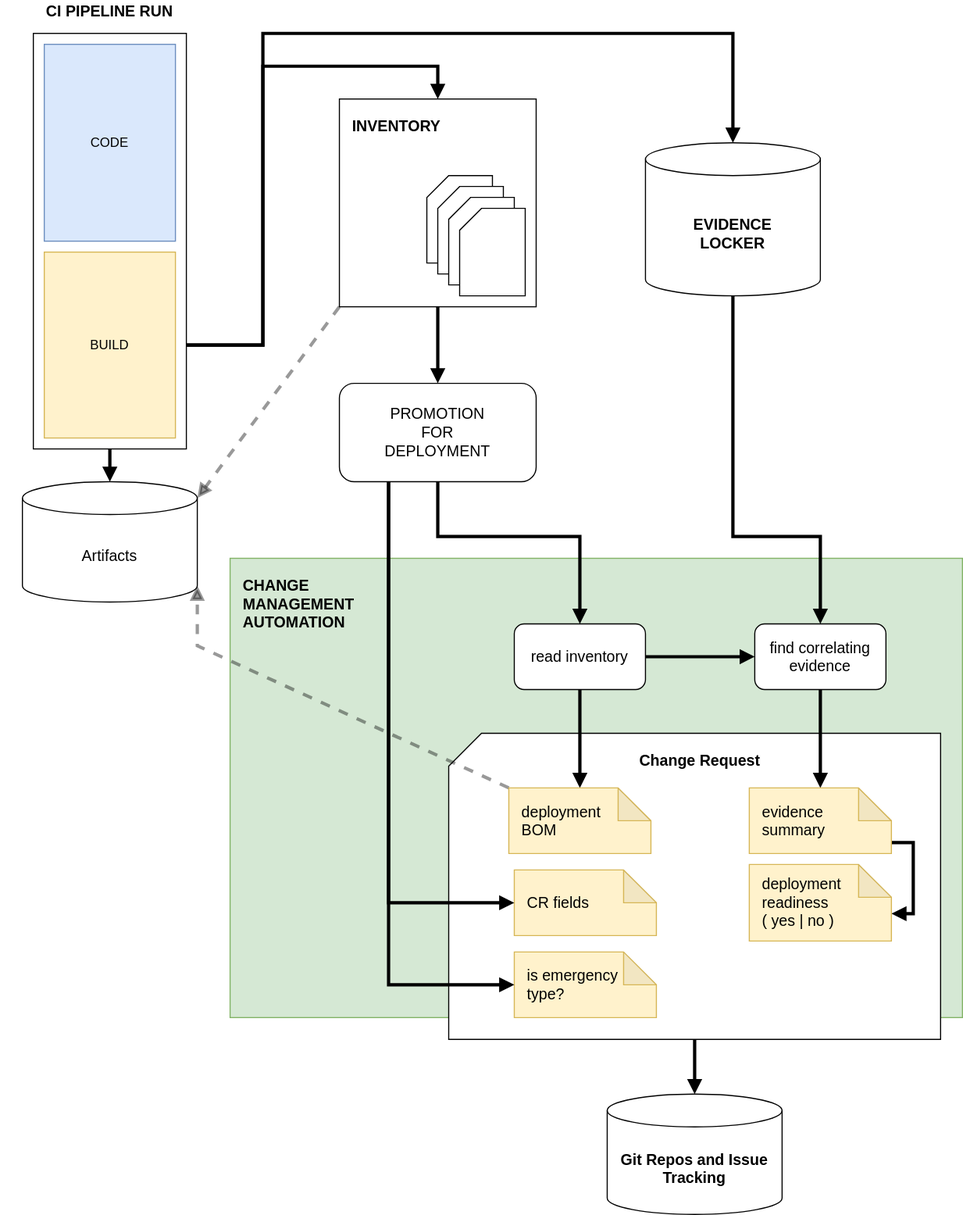
Above: images/data-flow.svg in ibm-cloud-docs/devsecops (draw.io), before the change. Source tidied: cells renumbered, new cells last; positions are measured from the earlier drawing's top-left corner, leaving out a move shared by most shapes.
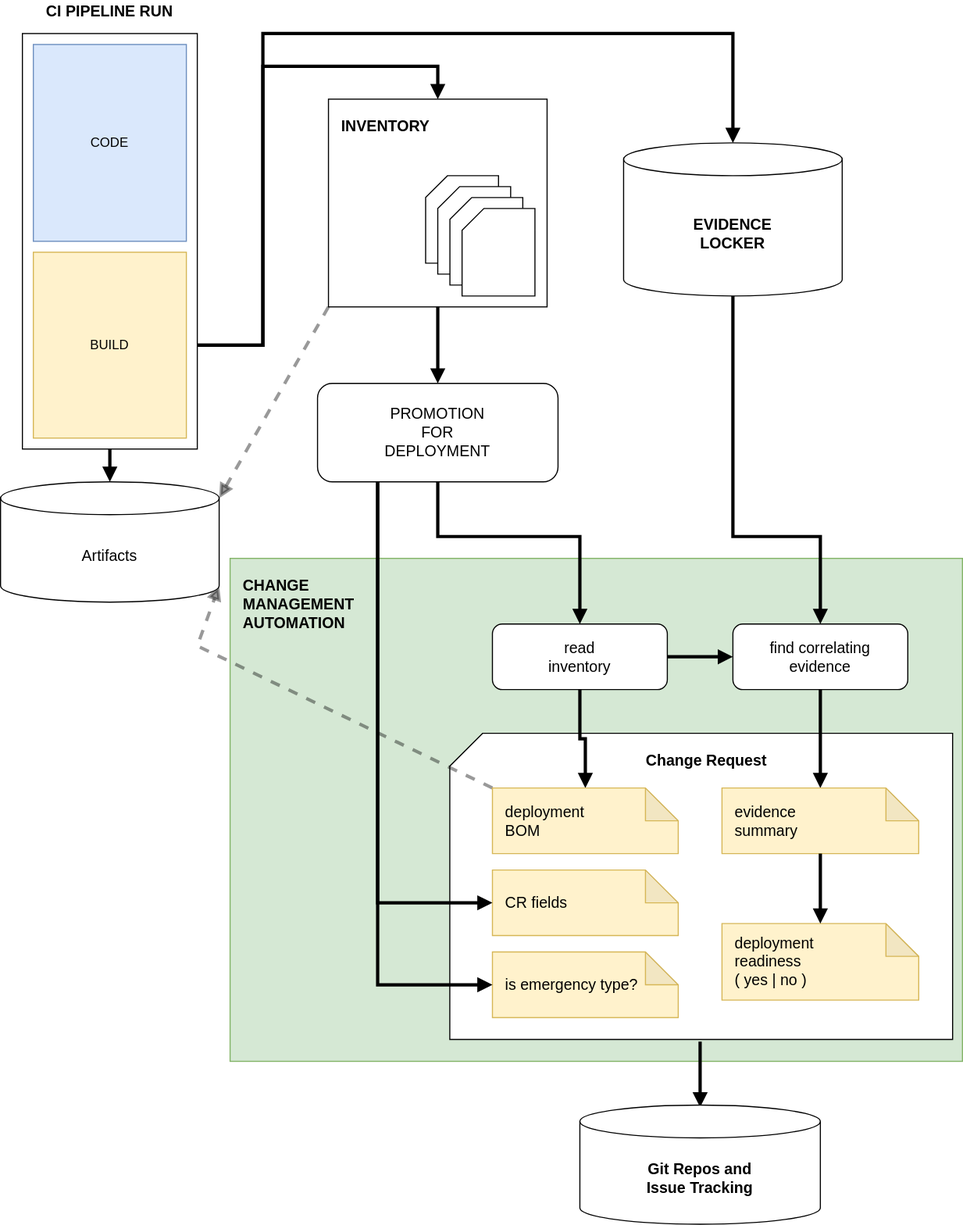
The same diagram one commit later.

Change to the diagram source:
```diff
@@ -3,13 +3,22 @@
     <mxCell id="0" />
     <mxCell id="1" parent="0" />
     <mxCell id="2" value="CHANGE&lt;br&gt;MANAGEMENT&lt;br&gt;AUTOMATION" style="rounded=0;whiteSpace=wrap;html=1;fontSize=14;fontStyle=1;align=left;verticalAlign=top;spacingTop=10;spacingLeft=10;spacingRight=10;spacingBottom=10;fillColor=#d5e8d4;strokeColor=#82b366;" parent="1" vertex="1">
-      <mxGeometry x="210" y="510" width="670" height="420" as="geometry" />
+      <mxGeometry x="210" y="510" width="670" height="460" as="geometry" />
     </mxCell>
-    <mxCell id="3" style="edgeStyle=orthogonalEdgeStyle;rounded=0;jettySize=auto;html=1;exitX=0.5;exitY=1;exitDx=0;exitDy=0;exitPerimeter=0;entryX=0.5;entryY=0;entryDx=0;entryDy=0;entryPerimeter=0;endArrow=block;endFill=1;strokeWidth=3;fontSize=14;" parent="1" edge="1" source="4" target="38">
-      <mxGeometry relative="1" as="geometry" />
+    <mxCell id="3" style="edgeStyle=orthogonalEdgeStyle;rounded=0;orthogonalLoop=1;jettySize=auto;html=1;entryX=0.5;entryY=0;entryDx=0;entryDy=0;entryPerimeter=0;endArrow=block;endFill=1;strokeWidth=3;fontSize=14;" parent="1" edge="1">
+      <mxGeometry relative="1" as="geometry">
+        <mxPoint x="640" y="952" as="sourcePoint" />
+        <mxPoint x="640" y="1012" as="targetPoint" />
+        <Array as="points">
+          <mxPoint x="641" y="992" />
+          <mxPoint x="640" y="992" />
+          <mxPoint x="640" y="1002" />
+          <mxPoint x="635" y="1002" />
+        </Array>
+      </mxGeometry>
     </mxCell>
     <mxCell id="4" value="Change Request" style="shape=card;whiteSpace=wrap;html=1;fontSize=14;align=center;verticalAlign=top;spacingTop=10;spacingLeft=10;fontStyle=1;" parent="1" vertex="1">
-      <mxGeometry x="410" y="670" width="450" height="280" as="geometry" />
+      <mxGeometry x="411" y="670" width="460" height="280" as="geometry" />
     </mxCell>
     <mxCell id="5" style="edgeStyle=orthogonalEdgeStyle;rounded=0;jettySize=auto;html=1;exitX=1;exitY=0.75;exitDx=0;exitDy=0;entryX=0.5;entryY=0;entryDx=0;entryDy=0;entryPerimeter=0;fontSize=14;strokeWidth=3;endArrow=block;endFill=1;" parent="1" edge="1" source="8" target="12">
       <mxGeometry relative="1" as="geometry">
@@ -33,13 +42,13 @@
       <mxGeometry relative="1" as="geometry" />
     </mxCell>
     <mxCell id="8" style="rounded=0;whiteSpace=wrap;html=1;" parent="1" vertex="1">
-      <mxGeometry x="30" y="30" width="140" height="380" as="geometry" />
+      <mxGeometry x="20" y="30" width="160" height="380" as="geometry" />
     </mxCell>
     <mxCell id="9" value="CODE" style="rounded=0;whiteSpace=wrap;html=1;fillColor=#dae8fc;strokeColor=#6c8ebf;" parent="1" vertex="1">
-      <mxGeometry x="40" y="40" width="120" height="180" as="geometry" />
+      <mxGeometry x="30" y="40" width="140" height="180" as="geometry" />
     </mxCell>
     <mxCell id="10" value="BUILD" style="rounded=0;whiteSpace=wrap;html=1;fillColor=#fff2cc;strokeColor=#d6b656;" parent="1" vertex="1">
-      <mxGeometry x="40" y="230" width="120" height="170" as="geometry" />
+      <mxGeometry x="30" y="230" width="140" height="170" as="geometry" />
     </mxCell>
     <mxCell id="11" style="edgeStyle=orthogonalEdgeStyle;rounded=0;jettySize=auto;html=1;exitX=0.5;exitY=1;exitDx=0;exitDy=0;exitPerimeter=0;entryX=0.5;entryY=0;entryDx=0;entryDy=0;fontSize=14;strokeWidth=3;endArrow=block;endFill=1;" parent="1" edge="1" source="12" target="25">
       <mxGeometry relative="1" as="geometry">
@@ -50,25 +59,25 @@
       </mxGeometry>
     </mxCell>
     <mxCell id="12" value="EVIDENCE&lt;br style=&quot;font-size: 14px;&quot;&gt;LOCKER" style="shape=cylinder3;whiteSpace=wrap;html=1;boundedLbl=1;backgroundOutline=1;size=15;fontSize=14;fontStyle=1;" parent="1" vertex="1">
-      <mxGeometry x="590" y="130" width="160" height="140" as="geometry" />
+      <mxGeometry x="570" y="130" width="200" height="140" as="geometry" />
     </mxCell>
     <mxCell id="13" style="group;" parent="1" vertex="1">
-      <mxGeometry x="310" y="90" width="180" height="190" as="geometry" />
+      <mxGeometry x="300" y="90" width="200" height="190" as="geometry" />
     </mxCell>
     <mxCell id="14" value="INVENTORY" style="rounded=0;whiteSpace=wrap;html=1;verticalAlign=top;align=left;spacingTop=10;spacingLeft=10;spacingRight=10;spacingBottom=10;fontStyle=1;fontSize=14;" parent="13" vertex="1">
-      <mxGeometry width="180" height="190" as="geometry" />
+      <mxGeometry width="200" height="190" as="geometry" />
     </mxCell>
     <mxCell id="15" style="shape=card;whiteSpace=wrap;html=1;size=20;" parent="13" vertex="1">
-      <mxGeometry x="80" y="70" width="60" height="80" as="geometry" />
+      <mxGeometry x="88.9" y="70" width="66.7" height="80" as="geometry" />
     </mxCell>
     <mxCell id="16" style="shape=card;whiteSpace=wrap;html=1;size=20;" parent="13" vertex="1">
-      <mxGeometry x="90" y="80" width="60" height="80" as="geometry" />
+      <mxGeometry x="100" y="80" width="66.7" height="80" as="geometry" />
     </mxCell>
     <mxCell id="17" style="shape=card;whiteSpace=wrap;html=1;size=20;" parent="13" vertex="1">
-      <mxGeometry x="100" y="90" width="60" height="80" as="geometry" />
+      <mxGeometry x="111.1" y="90" width="66.7" height="80" as="geometry" />
     </mxCell>
     <mxCell id="18" style="shape=card;whiteSpace=wrap;html=1;size=20;" parent="13" vertex="1">
-      <mxGeometry x="110" y="100" width="60" height="80" as="geometry" />
+      <mxGeometry x="122.2" y="100" width="66.7" height="80" as="geometry" />
     </mxCell>
     <mxCell id="19" value="CI PIPELINE RUN" style="text;html=1;strokeColor=none;fillColor=none;align=center;verticalAlign=middle;whiteSpace=wrap;rounded=0;fontSize=14;fontStyle=1;" parent="1" vertex="1">
       <mxGeometry width="200" height="20" as="geometry" />
@@ -79,8 +88,8 @@
     <mxCell id="21" style="edgeStyle=orthogonalEdgeStyle;rounded=0;jettySize=auto;html=1;exitX=0.5;exitY=1;exitDx=0;exitDy=0;entryX=0.5;entryY=0;entryDx=0;entryDy=0;entryPerimeter=0;endArrow=block;endFill=1;strokeWidth=3;fontSize=14;" parent="1" edge="1" source="22" target="27">
       <mxGeometry relative="1" as="geometry" />
     </mxCell>
-    <mxCell id="22" value="read inventory" style="rounded=1;whiteSpace=wrap;html=1;fontSize=14;align=center;" parent="1" vertex="1">
-      <mxGeometry x="470" y="570" width="120" height="60" as="geometry" />
+    <mxCell id="22" value="read &lt;br&gt;inventory" style="rounded=1;whiteSpace=wrap;html=1;fontSize=14;align=center;" parent="1" vertex="1">
+      <mxGeometry x="450" y="570" width="160" height="60" as="geometry" />
     </mxCell>
     <mxCell id="23" style="edgeStyle=orthogonalEdgeStyle;rounded=0;jettySize=auto;html=1;exitX=0.5;exitY=1;exitDx=0;exitDy=0;entryX=0.5;entryY=0;entryDx=0;entryDy=0;fontSize=14;strokeWidth=3;endArrow=block;endFill=1;" parent="1" edge="1" source="37" target="22">
       <mxGeometry relative="1" as="geometry">
@@ -93,8 +102,8 @@
     <mxCell id="24" style="edgeStyle=orthogonalEdgeStyle;rounded=0;jettySize=auto;html=1;exitX=0.5;exitY=1;exitDx=0;exitDy=0;entryX=0.5;entryY=0;entryDx=0;entryDy=0;entryPerimeter=0;endArrow=block;endFill=1;strokeWidth=3;fontSize=14;" parent="1" edge="1" source="25" target="29">
       <mxGeometry relative="1" as="geometry" />
     </mxCell>
-    <mxCell id="25" value="find correlating evidence" style="rounded=1;whiteSpace=wrap;html=1;fontSize=14;align=center;" parent="1" vertex="1">
-      <mxGeometry x="690" y="570" width="120" height="60" as="geometry" />
+    <mxCell id="25" value="find correlating &lt;br&gt;evidence" style="rounded=1;whiteSpace=wrap;html=1;fontSize=14;align=center;" parent="1" vertex="1">
+      <mxGeometry x="670" y="570" width="160" height="60" as="geometry" />
     </mxCell>
     <mxCell id="26" style="edgeStyle=none;rounded=0;jettySize=auto;html=1;exitX=0;exitY=0;exitDx=0;exitDy=0;exitPerimeter=0;entryX=1;entryY=1;entryDx=0;entryDy=-15;entryPerimeter=0;dashed=1;endArrow=block;endFill=1;strokeWidth=3;fontSize=14;opacity=40;" parent="1" edge="1" source="27" target="30">
       <mxGeometry relative="1" as="geometry">
@@ -104,28 +113,25 @@
       </mxGeometry>
     </mxCell>
     <mxCell id="27" value="deployment&lt;br&gt;BOM" style="shape=note;whiteSpace=wrap;html=1;backgroundOutline=1;darkOpacity=0.05;fontSize=14;align=left;spacingLeft=10;fillColor=#fff2cc;strokeColor=#d6b656;" parent="1" vertex="1">
-      <mxGeometry x="465" y="720" width="130" height="60" as="geometry" />
+      <mxGeometry x="450" y="720" width="170" height="60" as="geometry" />
     </mxCell>
-    <mxCell id="28" style="edgeStyle=orthogonalEdgeStyle;rounded=0;jettySize=auto;html=1;exitX=0;exitY=0;exitDx=130;exitDy=50;exitPerimeter=0;entryX=0;entryY=0;entryDx=130;entryDy=45;entryPerimeter=0;endArrow=block;endFill=1;strokeWidth=3;fontSize=14;" parent="1" edge="1" source="29" target="31">
-      <mxGeometry relative="1" as="geometry" />
-    </mxCell>
     <mxCell id="29" value="evidence&lt;br&gt;summary" style="shape=note;whiteSpace=wrap;html=1;backgroundOutline=1;darkOpacity=0.05;fontSize=14;align=left;spacingLeft=10;fillColor=#fff2cc;strokeColor=#d6b656;" parent="1" vertex="1">
-      <mxGeometry x="685" y="720" width="130" height="60" as="geometry" />
+      <mxGeometry x="660" y="720" width="180" height="60" as="geometry" />
     </mxCell>
     <mxCell id="30" value="Artifacts" style="shape=cylinder3;whiteSpace=wrap;html=1;boundedLbl=1;backgroundOutline=1;size=15;fontSize=14;align=center;" parent="1" vertex="1">
-      <mxGeometry x="20" y="440" width="160" height="110" as="geometry" />
+      <mxGeometry y="440" width="200" height="110" as="geometry" />
     </mxCell>
     <mxCell id="31" value="deployment&lt;br&gt;readiness &lt;br&gt;( yes | no )" style="shape=note;whiteSpace=wrap;html=1;backgroundOutline=1;darkOpacity=0.05;fontSize=14;align=left;spacingLeft=10;fillColor=#fff2cc;strokeColor=#d6b656;" parent="1" vertex="1">
-      <mxGeometry x="685" y="790" width="130" height="70" as="geometry" />
+      <mxGeometry x="660" y="844" width="180" height="70" as="geometry" />
     </mxCell>
     <mxCell id="32" style="edgeStyle=orthogonalEdgeStyle;rounded=0;jettySize=auto;html=1;exitX=0.5;exitY=1;exitDx=0;exitDy=0;entryX=0.5;entryY=0;entryDx=0;entryDy=0;fontSize=14;strokeWidth=3;endArrow=block;endFill=1;" parent="1" edge="1" source="14" target="37">
       <mxGeometry relative="1" as="geometry" />
     </mxCell>
     <mxCell id="33" value="CR fields" style="shape=note;whiteSpace=wrap;html=1;backgroundOutline=1;darkOpacity=0.05;fontSize=14;align=left;spacingLeft=10;fillColor=#fff2cc;strokeColor=#d6b656;" parent="1" vertex="1">
-      <mxGeometry x="470" y="795" width="130" height="60" as="geometry" />
+      <mxGeometry x="450" y="795" width="170" height="60" as="geometry" />
     </mxCell>
     <mxCell id="34" value="is emergency type?" style="shape=note;whiteSpace=wrap;html=1;backgroundOutline=1;darkOpacity=0.05;fontSize=14;align=left;spacingLeft=10;fillColor=#fff2cc;strokeColor=#d6b656;" parent="1" vertex="1">
-      <mxGeometry x="470" y="870" width="130" height="60" as="geometry" />
+      <mxGeometry x="450" y="870" width="170" height="60" as="geometry" />
     </mxCell>
     <mxCell id="35" style="edgeStyle=orthogonalEdgeStyle;rounded=0;jettySize=auto;html=1;exitX=0.25;exitY=1;exitDx=0;exitDy=0;entryX=0;entryY=0.5;entryDx=0;entryDy=0;entryPerimeter=0;endArrow=block;endFill=1;strokeWidth=3;fontSize=14;" parent="1" edge="1" source="37" target="33">
       <mxGeometry relative="1" as="geometry" />
@@ -134,13 +140,19 @@
       <mxGeometry relative="1" as="geometry" />
     </mxCell>
     <mxCell id="37" value="PROMOTION&lt;br&gt;FOR&lt;br&gt;DEPLOYMENT" style="rounded=1;whiteSpace=wrap;html=1;fontSize=14;align=center;" parent="1" vertex="1">
-      <mxGeometry x="310" y="350" width="180" height="90" as="geometry" />
+      <mxGeometry x="290" y="350" width="220" height="90" as="geometry" />
     </mxCell>
-    <mxCell id="38" value="Git Repos and Issue Tracking" style="shape=cylinder3;whiteSpace=wrap;html=1;boundedLbl=1;backgroundOutline=1;size=15;fontSize=14;align=center;fontStyle=1;" parent="1" vertex="1">
-      <mxGeometry x="555" y="1000" width="160" height="110" as="geometry" />
+    <mxCell id="38" value="Git Repos and &lt;br&gt;Issue Tracking" style="shape=cylinder3;whiteSpace=wrap;html=1;boundedLbl=1;backgroundOutline=1;size=15;fontSize=14;align=center;fontStyle=1;" parent="1" vertex="1">
+      <mxGeometry x="530" y="1010" width="220" height="109" as="geometry" />
     </mxCell>
     <mxCell id="39" style="rounded=0;jettySize=auto;html=1;exitX=0;exitY=1;exitDx=0;exitDy=0;entryX=1;entryY=0;entryDx=0;entryDy=15;entryPerimeter=0;endArrow=block;endFill=1;strokeWidth=3;fontSize=14;dashed=1;opacity=40;" parent="1" edge="1" source="14" target="30">
       <mxGeometry relative="1" as="geometry" />
     </mxCell>
+    <mxCell id="40" style="edgeStyle=orthogonalEdgeStyle;rounded=0;orthogonalLoop=1;jettySize=auto;html=1;entryX=0.5;entryY=0;entryDx=0;entryDy=0;entryPerimeter=0;endArrow=block;endFill=1;strokeWidth=3;fontSize=14;" parent="1" edge="1">
+      <mxGeometry relative="1" as="geometry">
+        <mxPoint x="750" y="780" as="sourcePoint" />
+        <mxPoint x="750" y="844" as="targetPoint" />
+      </mxGeometry>
+    </mxCell>
   </root>
 </mxGraphModel>
```
